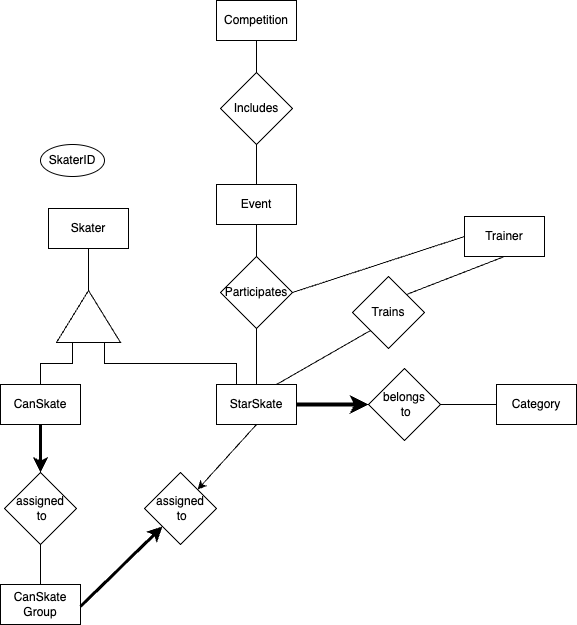
Earlier version of the draw.io export COMP421/Assignments/assignment1.drawio.png (XxScarletxX/Winter2025). Source tidied: cells renumbered, new cells last; positions are measured from the earlier drawing's top-left corner, leaving out a move shared by most shapes. Its diagram source:
```xml
<mxGraphModel>
  <root>
    <mxCell id="0" />
    <mxCell id="1" parent="0" />
    <mxCell id="2" style="edgeStyle=orthogonalEdgeStyle;rounded=0;jettySize=auto;html=1;exitX=0.5;exitY=1;exitDx=0;exitDy=0;entryX=1;entryY=0.5;entryDx=0;entryDy=0;endArrow=none;endFill=0;" parent="1" edge="1" source="3" target="6">
      <mxGeometry relative="1" as="geometry" />
    </mxCell>
    <mxCell id="3" value="Skater" style="rounded=0;whiteSpace=wrap;html=1;" parent="1" vertex="1">
      <mxGeometry x="48" y="208" width="80" height="40" as="geometry" />
    </mxCell>
    <mxCell id="4" style="edgeStyle=orthogonalEdgeStyle;rounded=0;jettySize=auto;html=1;exitX=0;exitY=0.25;exitDx=0;exitDy=0;entryX=0.5;entryY=0;entryDx=0;entryDy=0;endArrow=none;endFill=0;" parent="1" edge="1" source="6" target="8">
      <mxGeometry relative="1" as="geometry" />
    </mxCell>
    <mxCell id="5" style="edgeStyle=orthogonalEdgeStyle;rounded=0;jettySize=auto;html=1;exitX=0;exitY=0.75;exitDx=0;exitDy=0;entryX=0.25;entryY=0;entryDx=0;entryDy=0;endArrow=none;endFill=0;" parent="1" edge="1" source="6" target="11">
      <mxGeometry relative="1" as="geometry" />
    </mxCell>
    <mxCell id="6" style="triangle;whiteSpace=wrap;html=1;rotation=-90;" parent="1" vertex="1">
      <mxGeometry x="62" y="284" width="52" height="64" as="geometry" />
    </mxCell>
    <mxCell id="7" style="edgeStyle=orthogonalEdgeStyle;rounded=0;jettySize=auto;html=1;exitX=0.5;exitY=1;exitDx=0;exitDy=0;entryX=0.5;entryY=0;entryDx=0;entryDy=0;strokeWidth=3;" parent="1" edge="1" source="8" target="13">
      <mxGeometry relative="1" as="geometry" />
    </mxCell>
    <mxCell id="8" value="CanSkate" style="rounded=0;whiteSpace=wrap;html=1;" parent="1" vertex="1">
      <mxGeometry y="384" width="80" height="40" as="geometry" />
    </mxCell>
    <mxCell id="9" style="edgeStyle=orthogonalEdgeStyle;rounded=0;jettySize=auto;html=1;exitX=1;exitY=0.5;exitDx=0;exitDy=0;entryX=0;entryY=0.5;entryDx=0;entryDy=0;strokeWidth=4;" parent="1" edge="1" source="11" target="19">
      <mxGeometry relative="1" as="geometry" />
    </mxCell>
    <mxCell id="10" style="edgeStyle=orthogonalEdgeStyle;rounded=0;jettySize=auto;html=1;exitX=0.5;exitY=0;exitDx=0;exitDy=0;entryX=0.5;entryY=1;entryDx=0;entryDy=0;endArrow=none;endFill=0;" parent="1" edge="1" source="11" target="29">
      <mxGeometry relative="1" as="geometry" />
    </mxCell>
    <mxCell id="11" value="StarSkate" style="rounded=0;whiteSpace=wrap;html=1;" parent="1" vertex="1">
      <mxGeometry x="216" y="384" width="80" height="40" as="geometry" />
    </mxCell>
    <mxCell id="12" style="edgeStyle=orthogonalEdgeStyle;rounded=0;jettySize=auto;html=1;exitX=0.5;exitY=1;exitDx=0;exitDy=0;entryX=0.5;entryY=0;entryDx=0;entryDy=0;endArrow=none;endFill=0;" parent="1" edge="1" source="13" target="14">
      <mxGeometry relative="1" as="geometry" />
    </mxCell>
    <mxCell id="13" value="assigned&lt;div&gt;&amp;nbsp;to&lt;/div&gt;" style="rhombus;whiteSpace=wrap;html=1;" parent="1" vertex="1">
      <mxGeometry x="4" y="472" width="72" height="72" as="geometry" />
    </mxCell>
    <mxCell id="14" value="CanSkate Group" style="rounded=0;whiteSpace=wrap;html=1;" parent="1" vertex="1">
      <mxGeometry y="584" width="80" height="40" as="geometry" />
    </mxCell>
    <mxCell id="15" value="assigned&lt;div&gt;&amp;nbsp;to&lt;/div&gt;" style="rhombus;whiteSpace=wrap;html=1;" parent="1" vertex="1">
      <mxGeometry x="144" y="472" width="72" height="72" as="geometry" />
    </mxCell>
    <mxCell id="16" style="endArrow=none;html=1;rounded=0;entryX=0.5;entryY=1;entryDx=0;entryDy=0;endFill=0;startArrow=classic;startFill=1;" parent="1" edge="1" source="15" target="11">
      <mxGeometry relative="1" as="geometry" />
    </mxCell>
    <mxCell id="17" style="endArrow=classic;html=1;rounded=0;entryX=0;entryY=1;entryDx=0;entryDy=0;strokeWidth=3;endFill=1;" parent="1" edge="1" target="15">
      <mxGeometry relative="1" as="geometry">
        <mxPoint x="80" y="606" as="sourcePoint" />
      </mxGeometry>
    </mxCell>
    <mxCell id="18" style="edgeStyle=orthogonalEdgeStyle;rounded=0;jettySize=auto;html=1;exitX=1;exitY=0.5;exitDx=0;exitDy=0;entryX=0;entryY=0.5;entryDx=0;entryDy=0;endArrow=none;endFill=0;" parent="1" edge="1" source="19" target="20">
      <mxGeometry relative="1" as="geometry" />
    </mxCell>
    <mxCell id="19" value="belongs&lt;div&gt;&amp;nbsp;to&lt;/div&gt;" style="rhombus;whiteSpace=wrap;html=1;" parent="1" vertex="1">
      <mxGeometry x="368" y="368" width="72" height="72" as="geometry" />
    </mxCell>
    <mxCell id="20" value="Category" style="rounded=0;whiteSpace=wrap;html=1;" parent="1" vertex="1">
      <mxGeometry x="496" y="384" width="80" height="40" as="geometry" />
    </mxCell>
    <mxCell id="21" value="Trainer" style="rounded=0;whiteSpace=wrap;html=1;" parent="1" vertex="1">
      <mxGeometry x="464" y="216" width="80" height="40" as="geometry" />
    </mxCell>
    <mxCell id="22" value="Trains" style="rhombus;whiteSpace=wrap;html=1;" parent="1" vertex="1">
      <mxGeometry x="352" y="276" width="72" height="72" as="geometry" />
    </mxCell>
    <mxCell id="23" style="endArrow=none;html=1;rounded=0;entryX=0;entryY=1;entryDx=0;entryDy=0;endFill=0;startArrow=none;startFill=0;exitX=0.75;exitY=0;exitDx=0;exitDy=0;" parent="1" edge="1" source="11" target="22">
      <mxGeometry relative="1" as="geometry" />
    </mxCell>
    <mxCell id="24" style="endArrow=none;html=1;rounded=0;endFill=0;startArrow=none;startFill=0;exitX=1;exitY=0;exitDx=0;exitDy=0;entryX=0.5;entryY=1;entryDx=0;entryDy=0;" parent="1" edge="1" source="22" target="21">
      <mxGeometry relative="1" as="geometry" />
    </mxCell>
    <mxCell id="25" style="edgeStyle=orthogonalEdgeStyle;rounded=0;jettySize=auto;html=1;exitX=0.5;exitY=1;exitDx=0;exitDy=0;entryX=0.5;entryY=0;entryDx=0;entryDy=0;endArrow=none;endFill=0;" parent="1" edge="1" source="26" target="29">
      <mxGeometry relative="1" as="geometry" />
    </mxCell>
    <mxCell id="26" value="Event" style="rounded=0;whiteSpace=wrap;html=1;" parent="1" vertex="1">
      <mxGeometry x="216" y="184" width="80" height="40" as="geometry" />
    </mxCell>
    <mxCell id="27" style="edgeStyle=orthogonalEdgeStyle;rounded=0;jettySize=auto;html=1;exitX=0.5;exitY=1;exitDx=0;exitDy=0;entryX=0.5;entryY=0;entryDx=0;entryDy=0;endArrow=none;endFill=0;" parent="1" edge="1" source="28" target="31">
      <mxGeometry relative="1" as="geometry" />
    </mxCell>
    <mxCell id="28" value="Competition" style="rounded=0;whiteSpace=wrap;html=1;" parent="1" vertex="1">
      <mxGeometry x="216" width="80" height="40" as="geometry" />
    </mxCell>
    <mxCell id="29" value="Participates" style="rhombus;whiteSpace=wrap;html=1;" parent="1" vertex="1">
      <mxGeometry x="220" y="256" width="72" height="72" as="geometry" />
    </mxCell>
    <mxCell id="30" style="edgeStyle=orthogonalEdgeStyle;rounded=0;jettySize=auto;html=1;exitX=0.5;exitY=1;exitDx=0;exitDy=0;entryX=0.5;entryY=0;entryDx=0;entryDy=0;endArrow=none;endFill=0;" parent="1" edge="1" source="31" target="26">
      <mxGeometry relative="1" as="geometry" />
    </mxCell>
    <mxCell id="31" value="Includes" style="rhombus;whiteSpace=wrap;html=1;" parent="1" vertex="1">
      <mxGeometry x="220" y="72" width="72" height="72" as="geometry" />
    </mxCell>
    <mxCell id="32" style="endArrow=none;html=1;rounded=0;endFill=0;startArrow=none;startFill=0;exitX=1;exitY=0.5;exitDx=0;exitDy=0;entryX=0;entryY=0.5;entryDx=0;entryDy=0;" parent="1" edge="1" source="29" target="21">
      <mxGeometry relative="1" as="geometry" />
    </mxCell>
    <mxCell id="33" value="SkaterID" style="ellipse;whiteSpace=wrap;html=1;" parent="1" vertex="1">
      <mxGeometry x="40" y="144" width="64" height="32" as="geometry" />
    </mxCell>
  </root>
</mxGraphModel>
```
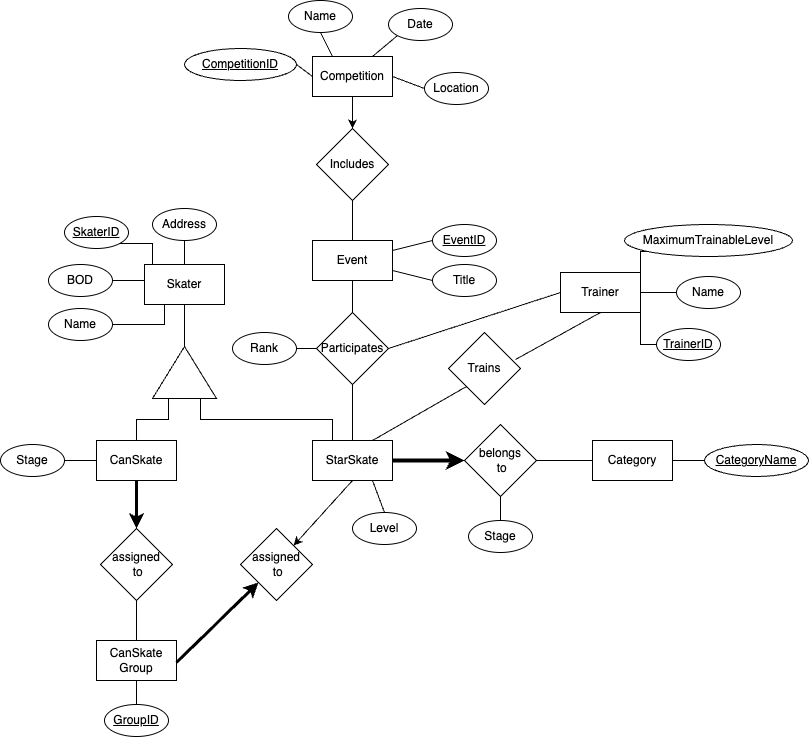
The same diagram one commit later.

Diff of the diagram source:
```diff
@@ -38,6 +38,9 @@
     <mxCell id="13" value="assigned&lt;div&gt;&amp;nbsp;to&lt;/div&gt;" style="rhombus;whiteSpace=wrap;html=1;" parent="1" vertex="1">
       <mxGeometry x="4" y="472" width="72" height="72" as="geometry" />
     </mxCell>
+    <mxCell id="34" style="edgeStyle=orthogonalEdgeStyle;rounded=0;jettySize=auto;html=1;exitX=0.5;exitY=1;exitDx=0;exitDy=0;entryX=0.5;entryY=0;entryDx=0;entryDy=0;endArrow=none;endFill=0;" parent="1" edge="1" source="14" target="52">
+      <mxGeometry relative="1" as="geometry" />
+    </mxCell>
     <mxCell id="14" value="CanSkate Group" style="rounded=0;whiteSpace=wrap;html=1;" parent="1" vertex="1">
       <mxGeometry y="584" width="80" height="40" as="geometry" />
     </mxCell>
@@ -55,12 +58,28 @@
     <mxCell id="18" style="edgeStyle=orthogonalEdgeStyle;rounded=0;jettySize=auto;html=1;exitX=1;exitY=0.5;exitDx=0;exitDy=0;entryX=0;entryY=0.5;entryDx=0;entryDy=0;endArrow=none;endFill=0;" parent="1" edge="1" source="19" target="20">
       <mxGeometry relative="1" as="geometry" />
     </mxCell>
+    <mxCell id="35" style="edgeStyle=orthogonalEdgeStyle;rounded=0;jettySize=auto;html=1;exitX=0.5;exitY=1;exitDx=0;exitDy=0;endArrow=none;endFill=0;" parent="1" edge="1" source="19" target="55">
+      <mxGeometry relative="1" as="geometry" />
+    </mxCell>
     <mxCell id="19" value="belongs&lt;div&gt;&amp;nbsp;to&lt;/div&gt;" style="rhombus;whiteSpace=wrap;html=1;" parent="1" vertex="1">
       <mxGeometry x="368" y="368" width="72" height="72" as="geometry" />
     </mxCell>
+    <mxCell id="36" style="edgeStyle=orthogonalEdgeStyle;rounded=0;jettySize=auto;html=1;exitX=1;exitY=0.5;exitDx=0;exitDy=0;entryX=0;entryY=0.5;entryDx=0;entryDy=0;endArrow=none;endFill=0;" parent="1" edge="1" source="20" target="56">
+      <mxGeometry relative="1" as="geometry" />
+    </mxCell>
     <mxCell id="20" value="Category" style="rounded=0;whiteSpace=wrap;html=1;" parent="1" vertex="1">
       <mxGeometry x="496" y="384" width="80" height="40" as="geometry" />
     </mxCell>
+    <mxCell id="37" style="edgeStyle=orthogonalEdgeStyle;rounded=0;jettySize=auto;html=1;exitX=1;exitY=0.5;exitDx=0;exitDy=0;entryX=0;entryY=0.5;entryDx=0;entryDy=0;endArrow=none;endFill=0;" parent="1" edge="1" source="21" target="59">
+      <mxGeometry relative="1" as="geometry" />
+    </mxCell>
+    <mxCell id="38" style="edgeStyle=orthogonalEdgeStyle;rounded=0;jettySize=auto;html=1;exitX=1;exitY=1;exitDx=0;exitDy=0;entryX=0;entryY=0.5;entryDx=0;entryDy=0;endArrow=none;endFill=0;" parent="1" edge="1" source="21" target="60">
+      <mxGeometry relative="1" as="geometry">
+        <Array as="points">
+          <mxPoint x="544" y="288" />
+        </Array>
+      </mxGeometry>
+    </mxCell>
     <mxCell id="21" value="Trainer" style="rounded=0;whiteSpace=wrap;html=1;" parent="1" vertex="1">
       <mxGeometry x="464" y="216" width="80" height="40" as="geometry" />
     </mxCell>
@@ -70,21 +89,33 @@
     <mxCell id="23" style="endArrow=none;html=1;rounded=0;entryX=0;entryY=1;entryDx=0;entryDy=0;endFill=0;startArrow=none;startFill=0;exitX=0.75;exitY=0;exitDx=0;exitDy=0;" parent="1" edge="1" source="11" target="22">
       <mxGeometry relative="1" as="geometry" />
     </mxCell>
-    <mxCell id="24" style="endArrow=none;html=1;rounded=0;endFill=0;startArrow=none;startFill=0;exitX=1;exitY=0;exitDx=0;exitDy=0;entryX=0.5;entryY=1;entryDx=0;entryDy=0;" parent="1" edge="1" source="22" target="21">
+    <mxCell id="24" style="endArrow=none;html=1;rounded=0;endFill=0;startArrow=none;startFill=0;exitX=0.931;exitY=0.375;exitDx=0;exitDy=0;entryX=0.5;entryY=1;entryDx=0;entryDy=0;exitPerimeter=0;" parent="1" edge="1" source="22" target="21">
       <mxGeometry relative="1" as="geometry" />
     </mxCell>
     <mxCell id="25" style="edgeStyle=orthogonalEdgeStyle;rounded=0;jettySize=auto;html=1;exitX=0.5;exitY=1;exitDx=0;exitDy=0;entryX=0.5;entryY=0;entryDx=0;entryDy=0;endArrow=none;endFill=0;" parent="1" edge="1" source="26" target="29">
       <mxGeometry relative="1" as="geometry" />
     </mxCell>
+    <mxCell id="39" style="rounded=0;jettySize=auto;html=1;exitX=1;exitY=0.25;exitDx=0;exitDy=0;entryX=0;entryY=0.5;entryDx=0;entryDy=0;endArrow=none;endFill=0;" parent="1" edge="1" source="26" target="61">
+      <mxGeometry relative="1" as="geometry" />
+    </mxCell>
+    <mxCell id="40" style="rounded=0;jettySize=auto;html=1;exitX=1;exitY=0.75;exitDx=0;exitDy=0;entryX=0;entryY=0.5;entryDx=0;entryDy=0;endArrow=none;endFill=0;" parent="1" edge="1" source="26" target="62">
+      <mxGeometry relative="1" as="geometry" />
+    </mxCell>
     <mxCell id="26" value="Event" style="rounded=0;whiteSpace=wrap;html=1;" parent="1" vertex="1">
       <mxGeometry x="216" y="184" width="80" height="40" as="geometry" />
     </mxCell>
-    <mxCell id="27" style="edgeStyle=orthogonalEdgeStyle;rounded=0;jettySize=auto;html=1;exitX=0.5;exitY=1;exitDx=0;exitDy=0;entryX=0.5;entryY=0;entryDx=0;entryDy=0;endArrow=none;endFill=0;" parent="1" edge="1" source="28" target="31">
+    <mxCell id="27" style="edgeStyle=orthogonalEdgeStyle;rounded=0;jettySize=auto;html=1;exitX=0.5;exitY=1;exitDx=0;exitDy=0;entryX=0.5;entryY=0;entryDx=0;entryDy=0;endArrow=classic;endFill=1;startArrow=none;startFill=0;" parent="1" edge="1" source="28" target="31">
       <mxGeometry relative="1" as="geometry" />
     </mxCell>
+    <mxCell id="41" style="rounded=0;jettySize=auto;html=1;exitX=1;exitY=0.5;exitDx=0;exitDy=0;entryX=0;entryY=0.5;entryDx=0;entryDy=0;endArrow=none;endFill=0;" parent="1" edge="1" source="28" target="70">
+      <mxGeometry relative="1" as="geometry" />
+    </mxCell>
     <mxCell id="28" value="Competition" style="rounded=0;whiteSpace=wrap;html=1;" parent="1" vertex="1">
       <mxGeometry x="216" width="80" height="40" as="geometry" />
     </mxCell>
+    <mxCell id="42" style="edgeStyle=orthogonalEdgeStyle;rounded=0;jettySize=auto;html=1;exitX=0;exitY=0.5;exitDx=0;exitDy=0;entryX=1;entryY=0.5;entryDx=0;entryDy=0;endArrow=none;endFill=0;" parent="1" edge="1" source="29" target="63">
+      <mxGeometry relative="1" as="geometry" />
+    </mxCell>
     <mxCell id="29" value="Participates" style="rhombus;whiteSpace=wrap;html=1;" parent="1" vertex="1">
       <mxGeometry x="220" y="256" width="72" height="72" as="geometry" />
     </mxCell>
@@ -97,8 +128,94 @@
     <mxCell id="32" style="endArrow=none;html=1;rounded=0;endFill=0;startArrow=none;startFill=0;exitX=1;exitY=0.5;exitDx=0;exitDy=0;entryX=0;entryY=0.5;entryDx=0;entryDy=0;" parent="1" edge="1" source="29" target="21">
       <mxGeometry relative="1" as="geometry" />
     </mxCell>
-    <mxCell id="33" value="SkaterID" style="ellipse;whiteSpace=wrap;html=1;" parent="1" vertex="1">
-      <mxGeometry x="40" y="144" width="64" height="32" as="geometry" />
+    <mxCell id="33" value="&lt;u&gt;SkaterID&lt;/u&gt;" style="ellipse;whiteSpace=wrap;html=1;" parent="1" vertex="1">
+      <mxGeometry x="-32" y="160" width="64" height="32" as="geometry" />
     </mxCell>
+    <mxCell id="43" style="edgeStyle=orthogonalEdgeStyle;rounded=0;jettySize=auto;html=1;exitX=1;exitY=0.5;exitDx=0;exitDy=0;entryX=0;entryY=0.5;entryDx=0;entryDy=0;endArrow=none;endFill=0;" parent="1" edge="1" source="44" target="3">
+      <mxGeometry relative="1" as="geometry" />
+    </mxCell>
+    <mxCell id="44" value="BOD" style="ellipse;whiteSpace=wrap;html=1;" parent="1" vertex="1">
+      <mxGeometry x="-48" y="208" width="64" height="32" as="geometry" />
+    </mxCell>
+    <mxCell id="45" style="edgeStyle=orthogonalEdgeStyle;rounded=0;jettySize=auto;html=1;exitX=1;exitY=0.5;exitDx=0;exitDy=0;entryX=0.25;entryY=1;entryDx=0;entryDy=0;endArrow=none;endFill=0;" parent="1" edge="1" source="46" target="3">
+      <mxGeometry relative="1" as="geometry" />
+    </mxCell>
+    <mxCell id="46" value="Name" style="ellipse;whiteSpace=wrap;html=1;" parent="1" vertex="1">
+      <mxGeometry x="-48" y="252" width="64" height="32" as="geometry" />
+    </mxCell>
+    <mxCell id="47" style="edgeStyle=orthogonalEdgeStyle;rounded=0;jettySize=auto;html=1;exitX=0.5;exitY=1;exitDx=0;exitDy=0;entryX=0.5;entryY=0;entryDx=0;entryDy=0;endArrow=none;endFill=0;" parent="1" edge="1" source="48" target="3">
+      <mxGeometry relative="1" as="geometry" />
+    </mxCell>
+    <mxCell id="48" value="Address" style="ellipse;whiteSpace=wrap;html=1;" parent="1" vertex="1">
+      <mxGeometry x="56" y="152" width="64" height="32" as="geometry" />
+    </mxCell>
+    <mxCell id="49" style="edgeStyle=orthogonalEdgeStyle;rounded=0;jettySize=auto;html=1;exitX=1;exitY=1;exitDx=0;exitDy=0;endArrow=none;endFill=0;" parent="1" edge="1" source="33">
+      <mxGeometry relative="1" as="geometry">
+        <mxPoint x="56" y="208" as="targetPoint" />
+      </mxGeometry>
+    </mxCell>
+    <mxCell id="50" style="edgeStyle=orthogonalEdgeStyle;rounded=0;jettySize=auto;html=1;exitX=1;exitY=0.5;exitDx=0;exitDy=0;entryX=0;entryY=0.5;entryDx=0;entryDy=0;endArrow=none;endFill=0;" parent="1" edge="1" source="51" target="8">
+      <mxGeometry relative="1" as="geometry" />
+    </mxCell>
+    <mxCell id="51" value="Stage" style="ellipse;whiteSpace=wrap;html=1;" parent="1" vertex="1">
+      <mxGeometry x="-96" y="388" width="64" height="32" as="geometry" />
+    </mxCell>
+    <mxCell id="52" value="&lt;u&gt;GroupID&lt;/u&gt;" style="ellipse;whiteSpace=wrap;html=1;" parent="1" vertex="1">
+      <mxGeometry x="8" y="648" width="64" height="32" as="geometry" />
+    </mxCell>
+    <mxCell id="53" value="Level" style="ellipse;whiteSpace=wrap;html=1;" parent="1" vertex="1">
+      <mxGeometry x="256" y="456" width="64" height="32" as="geometry" />
+    </mxCell>
+    <mxCell id="54" style="endArrow=none;html=1;rounded=0;exitX=0.75;exitY=1;exitDx=0;exitDy=0;entryX=0.5;entryY=0;entryDx=0;entryDy=0;" parent="1" edge="1" source="11" target="53">
+      <mxGeometry relative="1" as="geometry" />
+    </mxCell>
+    <mxCell id="55" value="Stage" style="ellipse;whiteSpace=wrap;html=1;" parent="1" vertex="1">
+      <mxGeometry x="372" y="464" width="64" height="32" as="geometry" />
+    </mxCell>
+    <mxCell id="56" value="&lt;u&gt;CategoryName&lt;/u&gt;" style="ellipse;whiteSpace=wrap;html=1;" parent="1" vertex="1">
+      <mxGeometry x="608" y="388" width="104" height="32" as="geometry" />
+    </mxCell>
+    <mxCell id="57" style="edgeStyle=orthogonalEdgeStyle;rounded=0;jettySize=auto;html=1;exitX=0;exitY=1;exitDx=0;exitDy=0;entryX=1;entryY=0;entryDx=0;entryDy=0;endArrow=none;endFill=0;" parent="1" edge="1" source="58" target="21">
+      <mxGeometry relative="1" as="geometry" />
+    </mxCell>
+    <mxCell id="58" value="MaximumTrainableLevel" style="ellipse;whiteSpace=wrap;html=1;" parent="1" vertex="1">
+      <mxGeometry x="528" y="168" width="168" height="32" as="geometry" />
+    </mxCell>
+    <mxCell id="59" value="Name" style="ellipse;whiteSpace=wrap;html=1;" parent="1" vertex="1">
+      <mxGeometry x="580" y="220" width="64" height="32" as="geometry" />
+    </mxCell>
+    <mxCell id="60" value="&lt;u&gt;TrainerID&lt;/u&gt;" style="ellipse;whiteSpace=wrap;html=1;" parent="1" vertex="1">
+      <mxGeometry x="560" y="272" width="64" height="32" as="geometry" />
+    </mxCell>
+    <mxCell id="61" value="&lt;u&gt;EventID&lt;/u&gt;" style="ellipse;whiteSpace=wrap;html=1;" parent="1" vertex="1">
+      <mxGeometry x="336" y="168" width="64" height="32" as="geometry" />
+    </mxCell>
+    <mxCell id="62" value="Title" style="ellipse;whiteSpace=wrap;html=1;" parent="1" vertex="1">
+      <mxGeometry x="336" y="208" width="64" height="32" as="geometry" />
+    </mxCell>
+    <mxCell id="63" value="Rank" style="ellipse;whiteSpace=wrap;html=1;" parent="1" vertex="1">
+      <mxGeometry x="136" y="276" width="64" height="32" as="geometry" />
+    </mxCell>
+    <mxCell id="64" style="rounded=0;jettySize=auto;html=1;exitX=1;exitY=0.5;exitDx=0;exitDy=0;entryX=0;entryY=0.5;entryDx=0;entryDy=0;endArrow=none;endFill=0;" parent="1" edge="1" source="65" target="28">
+      <mxGeometry relative="1" as="geometry" />
+    </mxCell>
+    <mxCell id="65" value="&lt;u&gt;CompetitionID&lt;/u&gt;" style="ellipse;whiteSpace=wrap;html=1;" parent="1" vertex="1">
+      <mxGeometry x="88" y="-8" width="112" height="32" as="geometry" />
+    </mxCell>
+    <mxCell id="66" style="rounded=0;jettySize=auto;html=1;exitX=0.5;exitY=1;exitDx=0;exitDy=0;entryX=0.25;entryY=0;entryDx=0;entryDy=0;endArrow=none;endFill=0;" parent="1" edge="1" source="67" target="28">
+      <mxGeometry relative="1" as="geometry" />
+    </mxCell>
+    <mxCell id="67" value="Name" style="ellipse;whiteSpace=wrap;html=1;" parent="1" vertex="1">
+      <mxGeometry x="192" y="-56" width="64" height="32" as="geometry" />
+    </mxCell>
+    <mxCell id="68" style="rounded=0;jettySize=auto;html=1;exitX=0;exitY=1;exitDx=0;exitDy=0;entryX=0.75;entryY=0;entryDx=0;entryDy=0;endArrow=none;endFill=0;" parent="1" edge="1" source="69" target="28">
+      <mxGeometry relative="1" as="geometry" />
+    </mxCell>
+    <mxCell id="69" value="Date" style="ellipse;whiteSpace=wrap;html=1;" parent="1" vertex="1">
+      <mxGeometry x="292" y="-48" width="64" height="32" as="geometry" />
+    </mxCell>
+    <mxCell id="70" value="Location" style="ellipse;whiteSpace=wrap;html=1;" parent="1" vertex="1">
+      <mxGeometry x="328" y="16" width="64" height="32" as="geometry" />
+    </mxCell>
   </root>
 </mxGraphModel>
```
